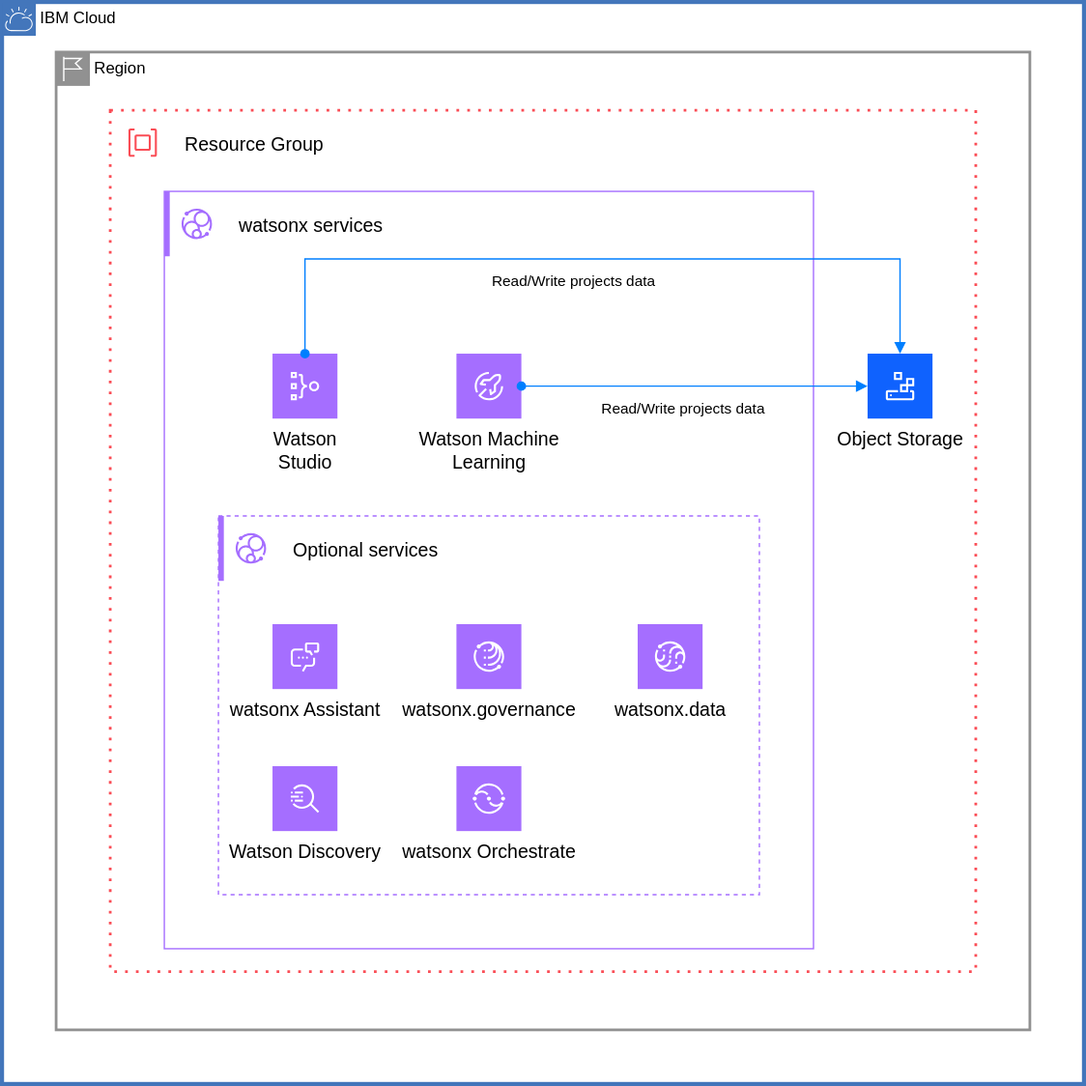
Before: reference-architectures/watsonx-saas-da.svg, a diagram exported from draw.io (terraform-ibm-modules/terraform-ibm-watsonx-saas-da). Source tidied: cells renumbered, new cells last; positions are measured from the earlier drawing's top-left corner, leaving out a move shared by most shapes. Its diagram source:
```xml
<mxGraphModel>
  <root>
    <mxCell id="0" />
    <mxCell id="1" parent="0" />
    <mxCell id="2" value="IBM Cloud" style="shape=mxgraph.ibm.box;prType=cloud;fontStyle=0;verticalAlign=top;align=left;spacingLeft=32;spacingTop=4;fillColor=none;rounded=0;whiteSpace=wrap;html=1;strokeColor=#4376BB;strokeWidth=3;dashed=0;spacing=-4;" parent="1" vertex="1">
      <mxGeometry width="800" height="800" as="geometry" />
    </mxCell>
    <mxCell id="3" value="Region" style="shape=mxgraph.ibm.box;prType=region;fontStyle=0;verticalAlign=top;align=left;spacingLeft=32;spacingTop=4;fillColor=none;rounded=0;whiteSpace=wrap;html=1;strokeColor=#919191;strokeWidth=2;dashed=0;spacing=-4;" parent="2" vertex="1">
      <mxGeometry x="40" y="37" width="720" height="723" as="geometry" />
    </mxCell>
    <mxCell id="4" style="html=1;whiteSpace=wrap;strokeColor=#FA4D56;fillColor=none;dashed=1;dashPattern=1 3;strokeWidth=2;" parent="3" vertex="1">
      <mxGeometry x="40" y="43" width="640" height="637" as="geometry" />
    </mxCell>
    <mxCell id="5" value="Resource Group" style="shape=rect;fillColor=none;labelPosition=right;verticalLabelPosition=middle;align=left;verticalAlign=middle;strokeColor=none;spacingLeft=5;fontSize=14;" parent="4" vertex="1">
      <mxGeometry width="48" height="48" relative="1" as="geometry" />
    </mxCell>
    <mxCell id="6" style="fillColor=#FA4D56;shape=mxgraph.ibm_cloud.group--resource;strokeColor=none;dashed=0;html=1;labelPosition=center;verticalLabelPosition=bottom;verticalAlign=top;" parent="5" vertex="1">
      <mxGeometry width="24" height="24" relative="1" as="geometry">
        <mxPoint x="12" y="12" as="offset" />
      </mxGeometry>
    </mxCell>
    <mxCell id="7" style="html=1;whiteSpace=wrap;strokeColor=#A56EFF;fillColor=none;strokeWidth=1;" parent="4" vertex="1">
      <mxGeometry x="40" y="60" width="480" height="560" as="geometry" />
    </mxCell>
    <mxCell id="8" value="watsonx services" style="shape=rect;fillColor=none;labelPosition=right;verticalLabelPosition=middle;align=left;verticalAlign=middle;strokeColor=none;spacingLeft=5;fontSize=14;" parent="7" vertex="1">
      <mxGeometry width="48" height="48" relative="1" as="geometry" />
    </mxCell>
    <mxCell id="9" style="fillColor=#A56EFF;shape=mxgraph.ibm_cloud.watsonx;strokeColor=none;dashed=0;html=1;labelPosition=center;verticalLabelPosition=bottom;verticalAlign=top;" parent="8" vertex="1">
      <mxGeometry width="24" height="24" relative="1" as="geometry">
        <mxPoint x="12" y="12" as="offset" />
      </mxGeometry>
    </mxCell>
    <mxCell id="10" style="shape=rect;fillColor=#A56EFF;labelPosition=right;verticalLabelPosition=middle;align=left;verticalAlign=middle;strokeColor=none;spacingLeft=5;fontSize=14;" parent="7" vertex="1">
      <mxGeometry width="4" height="48" relative="1" as="geometry" />
    </mxCell>
    <mxCell id="11" value="Watson&#10;Studio" style="shape=rect;fillColor=#A56EFF;labelPosition=center;verticalLabelPosition=bottom;align=center;verticalAlign=top;strokeColor=none;fontSize=14;" parent="7" vertex="1">
      <mxGeometry x="80" y="120" width="48" height="48" as="geometry" />
    </mxCell>
    <mxCell id="12" style="fillColor=#ffffff;strokeColor=none;dashed=0;html=1;labelPosition=center;verticalLabelPosition=bottom;verticalAlign=top;shape=mxgraph.ibm_cloud.ibm-watson--studio;" parent="11" vertex="1">
      <mxGeometry width="24" height="24" relative="1" as="geometry">
        <mxPoint x="12" y="12" as="offset" />
      </mxGeometry>
    </mxCell>
    <mxCell id="13" value="Watson Machine&#10;Learning" style="shape=rect;fillColor=#A56EFF;labelPosition=center;verticalLabelPosition=bottom;align=center;verticalAlign=top;strokeColor=none;fontSize=14;" parent="7" vertex="1">
      <mxGeometry x="216" y="120" width="48" height="48" as="geometry" />
    </mxCell>
    <mxCell id="14" style="fillColor=#ffffff;strokeColor=none;dashed=0;html=1;labelPosition=center;verticalLabelPosition=bottom;verticalAlign=top;shape=mxgraph.ibm_cloud.ibm-watson--machine-learning;" parent="13" vertex="1">
      <mxGeometry width="24" height="24" relative="1" as="geometry">
        <mxPoint x="12" y="12" as="offset" />
      </mxGeometry>
    </mxCell>
    <mxCell id="15" style="html=1;whiteSpace=wrap;strokeColor=#A56EFF;fillColor=none;strokeWidth=1;dashed=1;" parent="7" vertex="1">
      <mxGeometry x="40" y="240" width="400" height="280" as="geometry" />
    </mxCell>
    <mxCell id="16" value="Optional services" style="shape=rect;fillColor=none;labelPosition=right;verticalLabelPosition=middle;align=left;verticalAlign=middle;strokeColor=none;spacingLeft=5;fontSize=14;" parent="15" vertex="1">
      <mxGeometry width="48" height="48" relative="1" as="geometry" />
    </mxCell>
    <mxCell id="17" style="fillColor=#A56EFF;shape=mxgraph.ibm_cloud.watsonx;strokeColor=none;dashed=0;html=1;labelPosition=center;verticalLabelPosition=bottom;verticalAlign=top;" parent="16" vertex="1">
      <mxGeometry width="24" height="24" relative="1" as="geometry">
        <mxPoint x="12" y="12" as="offset" />
      </mxGeometry>
    </mxCell>
    <mxCell id="18" style="shape=rect;fillColor=#A56EFF;labelPosition=right;verticalLabelPosition=middle;align=left;verticalAlign=middle;strokeColor=none;spacingLeft=5;fontSize=14;" parent="15" vertex="1">
      <mxGeometry width="4" height="48" relative="1" as="geometry" />
    </mxCell>
    <mxCell id="19" value="watsonx Assistant" style="shape=rect;fillColor=#A56EFF;labelPosition=center;verticalLabelPosition=bottom;align=center;verticalAlign=top;strokeColor=none;fontSize=14;" parent="15" vertex="1">
      <mxGeometry x="40" y="80" width="48" height="48" as="geometry" />
    </mxCell>
    <mxCell id="20" style="fillColor=#ffffff;strokeColor=none;dashed=0;html=1;labelPosition=center;verticalLabelPosition=bottom;verticalAlign=top;shape=mxgraph.ibm_cloud.ibm-watsonx--assistant;" parent="19" vertex="1">
      <mxGeometry width="24" height="24" relative="1" as="geometry">
        <mxPoint x="12" y="12" as="offset" />
      </mxGeometry>
    </mxCell>
    <mxCell id="21" value="watsonx.data" style="shape=rect;fillColor=#A56EFF;labelPosition=center;verticalLabelPosition=bottom;align=center;verticalAlign=top;strokeColor=none;fontSize=14;" parent="15" vertex="1">
      <mxGeometry x="310" y="80" width="48" height="48" as="geometry" />
    </mxCell>
    <mxCell id="22" style="fillColor=#ffffff;strokeColor=none;dashed=0;html=1;labelPosition=center;verticalLabelPosition=bottom;verticalAlign=top;shape=mxgraph.ibm_cloud.watsonx-data;" parent="21" vertex="1">
      <mxGeometry width="24" height="24" relative="1" as="geometry">
        <mxPoint x="12" y="12" as="offset" />
      </mxGeometry>
    </mxCell>
    <mxCell id="23" value="Watson Discovery" style="shape=rect;fillColor=#A56EFF;labelPosition=center;verticalLabelPosition=bottom;align=center;verticalAlign=top;strokeColor=none;fontSize=14;" parent="15" vertex="1">
      <mxGeometry x="40" y="185" width="48" height="48" as="geometry" />
    </mxCell>
    <mxCell id="24" style="fillColor=#ffffff;strokeColor=none;dashed=0;html=1;labelPosition=center;verticalLabelPosition=bottom;verticalAlign=top;shape=mxgraph.ibm_cloud.ibm-watson--discovery;" parent="23" vertex="1">
      <mxGeometry width="24" height="24" relative="1" as="geometry">
        <mxPoint x="12" y="12" as="offset" />
      </mxGeometry>
    </mxCell>
    <mxCell id="25" value="watsonx Orchestrate" style="shape=rect;fillColor=#A56EFF;labelPosition=center;verticalLabelPosition=bottom;align=center;verticalAlign=top;strokeColor=none;fontSize=14;" parent="15" vertex="1">
      <mxGeometry x="176" y="185" width="48" height="48" as="geometry" />
    </mxCell>
    <mxCell id="26" style="fillColor=#ffffff;strokeColor=none;dashed=0;html=1;labelPosition=center;verticalLabelPosition=bottom;verticalAlign=top;shape=mxgraph.ibm_cloud.ibm-watsonx--orchestrate;" parent="25" vertex="1">
      <mxGeometry width="24" height="24" relative="1" as="geometry">
        <mxPoint x="12" y="12" as="offset" />
      </mxGeometry>
    </mxCell>
    <mxCell id="27" value="watsonx.governance" style="shape=rect;fillColor=#A56EFF;labelPosition=center;verticalLabelPosition=bottom;align=center;verticalAlign=top;strokeColor=none;fontSize=14;" parent="15" vertex="1">
      <mxGeometry x="176" y="80" width="48" height="48" as="geometry" />
    </mxCell>
    <mxCell id="28" style="fillColor=#ffffff;strokeColor=none;dashed=0;html=1;labelPosition=center;verticalLabelPosition=bottom;verticalAlign=top;shape=mxgraph.ibm_cloud.watsonx-governance;" parent="27" vertex="1">
      <mxGeometry width="24" height="24" relative="1" as="geometry">
        <mxPoint x="12" y="12" as="offset" />
      </mxGeometry>
    </mxCell>
    <mxCell id="29" value="Object Storage" style="shape=rect;fillColor=#0F62FE;labelPosition=center;verticalLabelPosition=bottom;align=center;verticalAlign=top;strokeColor=none;fontSize=14;" parent="4" vertex="1">
      <mxGeometry x="560" y="180" width="48" height="48" as="geometry" />
    </mxCell>
    <mxCell id="30" style="fillColor=#ffffff;strokeColor=none;dashed=0;html=1;labelPosition=center;verticalLabelPosition=bottom;verticalAlign=top;shape=mxgraph.ibm_cloud.object-storage;" parent="29" vertex="1">
      <mxGeometry width="24" height="24" relative="1" as="geometry">
        <mxPoint x="12" y="12" as="offset" />
      </mxGeometry>
    </mxCell>
    <mxCell id="31" style="endArrow=block;html=1;fontSize=16;fontColor=#4376BB;strokeWidth=1;endFill=1;strokeColor=#007FFF;startArrow=oval;startFill=1;rounded=0;entryX=0.5;entryY=0;entryDx=0;entryDy=0;exitX=0.5;exitY=0;exitDx=0;exitDy=0;edgeStyle=orthogonalEdgeStyle;" parent="4" edge="1" source="11" target="29">
      <mxGeometry relative="1" as="geometry">
        <Array as="points">
          <mxPoint x="144" y="110" />
          <mxPoint x="584" y="110" />
        </Array>
      </mxGeometry>
    </mxCell>
    <mxCell id="32" value="Read/Write projects data" style="edgeLabel;html=1;align=center;verticalAlign=middle;" parent="31" vertex="1">
      <mxGeometry x="-0.08" y="1" relative="1" as="geometry">
        <mxPoint y="16" as="offset" />
      </mxGeometry>
    </mxCell>
    <mxCell id="33" style="endArrow=block;html=1;fontSize=16;fontColor=#4376BB;strokeWidth=1;endFill=1;strokeColor=#007FFF;startArrow=oval;startFill=1;rounded=0;entryX=0;entryY=0.5;entryDx=0;entryDy=0;exitX=1;exitY=0.5;exitDx=0;exitDy=0;" parent="4" edge="1" source="13" target="29">
      <mxGeometry relative="1" as="geometry" />
    </mxCell>
    <mxCell id="34" value="Read/Write projects data" style="edgeLabel;html=1;align=center;verticalAlign=middle;" parent="33" vertex="1">
      <mxGeometry x="-0.08" y="1" relative="1" as="geometry">
        <mxPoint y="16" as="offset" />
      </mxGeometry>
    </mxCell>
  </root>
</mxGraphModel>
```
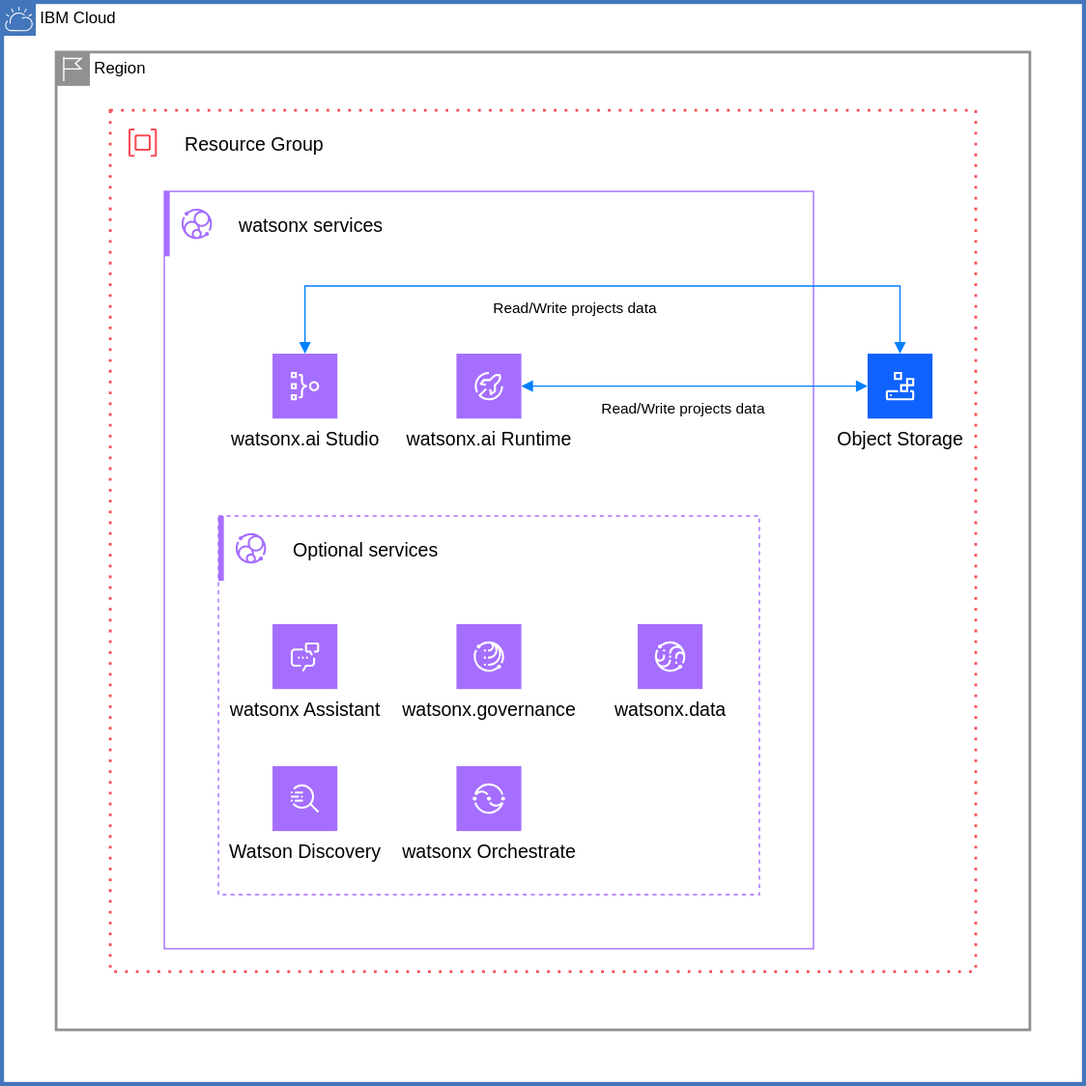
Above is the later version.

What changed in the source:
```diff
@@ -33,7 +33,7 @@
     <mxCell id="10" style="shape=rect;fillColor=#A56EFF;labelPosition=right;verticalLabelPosition=middle;align=left;verticalAlign=middle;strokeColor=none;spacingLeft=5;fontSize=14;" parent="7" vertex="1">
       <mxGeometry width="4" height="48" relative="1" as="geometry" />
     </mxCell>
-    <mxCell id="11" value="Watson&#10;Studio" style="shape=rect;fillColor=#A56EFF;labelPosition=center;verticalLabelPosition=bottom;align=center;verticalAlign=top;strokeColor=none;fontSize=14;" parent="7" vertex="1">
+    <mxCell id="11" value="watsonx.ai Studio" style="shape=rect;fillColor=#A56EFF;labelPosition=center;verticalLabelPosition=bottom;align=center;verticalAlign=top;strokeColor=none;fontSize=14;" parent="7" vertex="1">
       <mxGeometry x="80" y="120" width="48" height="48" as="geometry" />
     </mxCell>
     <mxCell id="12" style="fillColor=#ffffff;strokeColor=none;dashed=0;html=1;labelPosition=center;verticalLabelPosition=bottom;verticalAlign=top;shape=mxgraph.ibm_cloud.ibm-watson--studio;" parent="11" vertex="1">
@@ -41,7 +41,7 @@
         <mxPoint x="12" y="12" as="offset" />
       </mxGeometry>
     </mxCell>
-    <mxCell id="13" value="Watson Machine&#10;Learning" style="shape=rect;fillColor=#A56EFF;labelPosition=center;verticalLabelPosition=bottom;align=center;verticalAlign=top;strokeColor=none;fontSize=14;" parent="7" vertex="1">
+    <mxCell id="13" value="watsonx.ai Runtime" style="shape=rect;fillColor=#A56EFF;labelPosition=center;verticalLabelPosition=bottom;align=center;verticalAlign=top;strokeColor=none;fontSize=14;" parent="7" vertex="1">
       <mxGeometry x="216" y="120" width="48" height="48" as="geometry" />
     </mxCell>
     <mxCell id="14" style="fillColor=#ffffff;strokeColor=none;dashed=0;html=1;labelPosition=center;verticalLabelPosition=bottom;verticalAlign=top;shape=mxgraph.ibm_cloud.ibm-watson--machine-learning;" parent="13" vertex="1">
@@ -111,11 +111,12 @@
         <mxPoint x="12" y="12" as="offset" />
       </mxGeometry>
     </mxCell>
-    <mxCell id="31" style="endArrow=block;html=1;fontSize=16;fontColor=#4376BB;strokeWidth=1;endFill=1;strokeColor=#007FFF;startArrow=oval;startFill=1;rounded=0;entryX=0.5;entryY=0;entryDx=0;entryDy=0;exitX=0.5;exitY=0;exitDx=0;exitDy=0;edgeStyle=orthogonalEdgeStyle;" parent="4" edge="1" source="11" target="29">
+    <mxCell id="31" style="endArrow=block;html=1;fontSize=16;fontColor=#4376BB;strokeWidth=1;endFill=1;strokeColor=#007FFF;startArrow=block;startFill=1;rounded=0;entryX=0.5;entryY=0;entryDx=0;entryDy=0;edgeStyle=orthogonalEdgeStyle;" parent="4" edge="1" target="29">
       <mxGeometry relative="1" as="geometry">
+        <mxPoint x="144" y="180" as="sourcePoint" />
         <Array as="points">
-          <mxPoint x="144" y="110" />
-          <mxPoint x="584" y="110" />
+          <mxPoint x="144" y="130" />
+          <mxPoint x="584" y="130" />
         </Array>
       </mxGeometry>
     </mxCell>
@@ -124,7 +125,7 @@
         <mxPoint y="16" as="offset" />
       </mxGeometry>
     </mxCell>
-    <mxCell id="33" style="endArrow=block;html=1;fontSize=16;fontColor=#4376BB;strokeWidth=1;endFill=1;strokeColor=#007FFF;startArrow=oval;startFill=1;rounded=0;entryX=0;entryY=0.5;entryDx=0;entryDy=0;exitX=1;exitY=0.5;exitDx=0;exitDy=0;" parent="4" edge="1" source="13" target="29">
+    <mxCell id="33" style="endArrow=block;html=1;fontSize=16;fontColor=#4376BB;strokeWidth=1;endFill=1;strokeColor=#007FFF;startArrow=block;startFill=1;rounded=0;entryX=0;entryY=0.5;entryDx=0;entryDy=0;exitX=1;exitY=0.5;exitDx=0;exitDy=0;" parent="4" edge="1" source="13" target="29">
       <mxGeometry relative="1" as="geometry" />
     </mxCell>
     <mxCell id="34" value="Read/Write projects data" style="edgeLabel;html=1;align=center;verticalAlign=middle;" parent="33" vertex="1">
```
